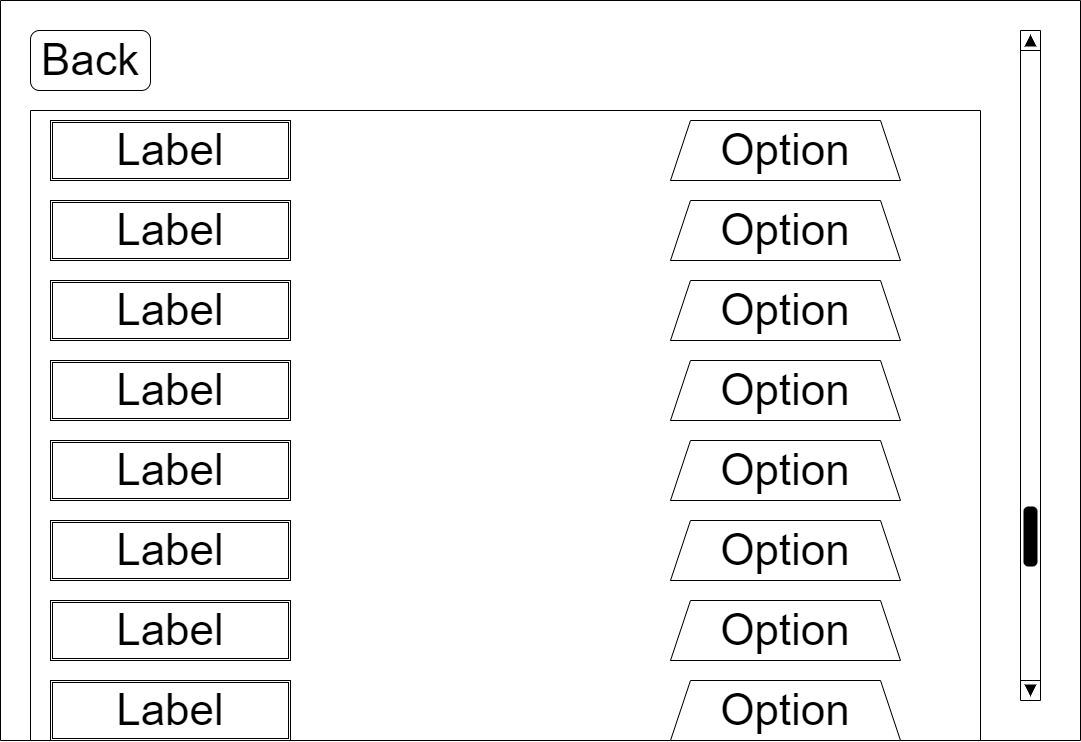
Above: Design/Project-Accessibility Settings.drawio.png in PawekPL/Atlas-of-Dreams (draw.io), before the change. Source tidied: cells renumbered, new cells last; positions are measured from the earlier drawing's top-left corner, leaving out a move shared by most shapes. Its diagram source:
```xml
<mxGraphModel>
  <root>
    <mxCell id="0" />
    <mxCell id="1" parent="0" />
    <mxCell id="2" style="swimlane;startSize=0;fontSize=44;" parent="1" vertex="1">
      <mxGeometry width="1080" height="740" as="geometry" />
    </mxCell>
    <mxCell id="3" value="Back" style="rounded=1;whiteSpace=wrap;html=1;fontSize=44;" parent="2" vertex="1">
      <mxGeometry x="30" y="30" width="120" height="60" as="geometry" />
    </mxCell>
    <mxCell id="4" style="verticalLabelPosition=bottom;shadow=0;dashed=0;align=center;html=1;verticalAlign=top;strokeWidth=1;shape=mxgraph.mockup.navigation.scrollBar;barPos=20;fillColor2=#000000;strokeColor2=none;direction=north;fontSize=44;" parent="2" vertex="1">
      <mxGeometry x="1020" y="30" width="20" height="670" as="geometry" />
    </mxCell>
    <mxCell id="5" style="swimlane;startSize=0;fontSize=61;" parent="2" vertex="1">
      <mxGeometry x="30" y="110" width="950" height="630" as="geometry" />
    </mxCell>
    <mxCell id="6" value="Option" style="shape=trapezoid;perimeter=trapezoidPerimeter;whiteSpace=wrap;html=1;fixedSize=1;fontSize=44;" parent="2" vertex="1">
      <mxGeometry x="670" y="120" width="230" height="60" as="geometry" />
    </mxCell>
    <mxCell id="7" value="Label" style="shape=ext;double=1;rounded=0;whiteSpace=wrap;html=1;fontSize=44;" parent="2" vertex="1">
      <mxGeometry x="50" y="120" width="240" height="60" as="geometry" />
    </mxCell>
    <mxCell id="8" value="Option" style="shape=trapezoid;perimeter=trapezoidPerimeter;whiteSpace=wrap;html=1;fixedSize=1;fontSize=44;" parent="2" vertex="1">
      <mxGeometry x="670" y="200" width="230" height="60" as="geometry" />
    </mxCell>
    <mxCell id="9" value="Label" style="shape=ext;double=1;rounded=0;whiteSpace=wrap;html=1;fontSize=44;" parent="2" vertex="1">
      <mxGeometry x="50" y="200" width="240" height="60" as="geometry" />
    </mxCell>
    <mxCell id="10" value="Option" style="shape=trapezoid;perimeter=trapezoidPerimeter;whiteSpace=wrap;html=1;fixedSize=1;fontSize=44;" parent="2" vertex="1">
      <mxGeometry x="670" y="280" width="230" height="60" as="geometry" />
    </mxCell>
    <mxCell id="11" value="Label" style="shape=ext;double=1;rounded=0;whiteSpace=wrap;html=1;fontSize=44;" parent="2" vertex="1">
      <mxGeometry x="50" y="280" width="240" height="60" as="geometry" />
    </mxCell>
    <mxCell id="12" value="Option" style="shape=trapezoid;perimeter=trapezoidPerimeter;whiteSpace=wrap;html=1;fixedSize=1;fontSize=44;" parent="2" vertex="1">
      <mxGeometry x="670" y="360" width="230" height="60" as="geometry" />
    </mxCell>
    <mxCell id="13" value="Label" style="shape=ext;double=1;rounded=0;whiteSpace=wrap;html=1;fontSize=44;" parent="2" vertex="1">
      <mxGeometry x="50" y="360" width="240" height="60" as="geometry" />
    </mxCell>
    <mxCell id="14" value="Option" style="shape=trapezoid;perimeter=trapezoidPerimeter;whiteSpace=wrap;html=1;fixedSize=1;fontSize=44;" parent="2" vertex="1">
      <mxGeometry x="670" y="440" width="230" height="60" as="geometry" />
    </mxCell>
    <mxCell id="15" value="Label" style="shape=ext;double=1;rounded=0;whiteSpace=wrap;html=1;fontSize=44;" parent="2" vertex="1">
      <mxGeometry x="50" y="440" width="240" height="60" as="geometry" />
    </mxCell>
    <mxCell id="16" value="Option" style="shape=trapezoid;perimeter=trapezoidPerimeter;whiteSpace=wrap;html=1;fixedSize=1;fontSize=44;" parent="2" vertex="1">
      <mxGeometry x="670" y="520" width="230" height="60" as="geometry" />
    </mxCell>
    <mxCell id="17" value="Label" style="shape=ext;double=1;rounded=0;whiteSpace=wrap;html=1;fontSize=44;" parent="2" vertex="1">
      <mxGeometry x="50" y="520" width="240" height="60" as="geometry" />
    </mxCell>
    <mxCell id="18" value="Option" style="shape=trapezoid;perimeter=trapezoidPerimeter;whiteSpace=wrap;html=1;fixedSize=1;fontSize=44;" parent="2" vertex="1">
      <mxGeometry x="670" y="600" width="230" height="60" as="geometry" />
    </mxCell>
    <mxCell id="19" value="Label" style="shape=ext;double=1;rounded=0;whiteSpace=wrap;html=1;fontSize=44;" parent="2" vertex="1">
      <mxGeometry x="50" y="600" width="240" height="60" as="geometry" />
    </mxCell>
    <mxCell id="20" value="Option" style="shape=trapezoid;perimeter=trapezoidPerimeter;whiteSpace=wrap;html=1;fixedSize=1;fontSize=44;" parent="2" vertex="1">
      <mxGeometry x="670" y="680" width="230" height="60" as="geometry" />
    </mxCell>
    <mxCell id="21" value="Label" style="shape=ext;double=1;rounded=0;whiteSpace=wrap;html=1;fontSize=44;" parent="2" vertex="1">
      <mxGeometry x="50" y="680" width="240" height="60" as="geometry" />
    </mxCell>
  </root>
</mxGraphModel>
```
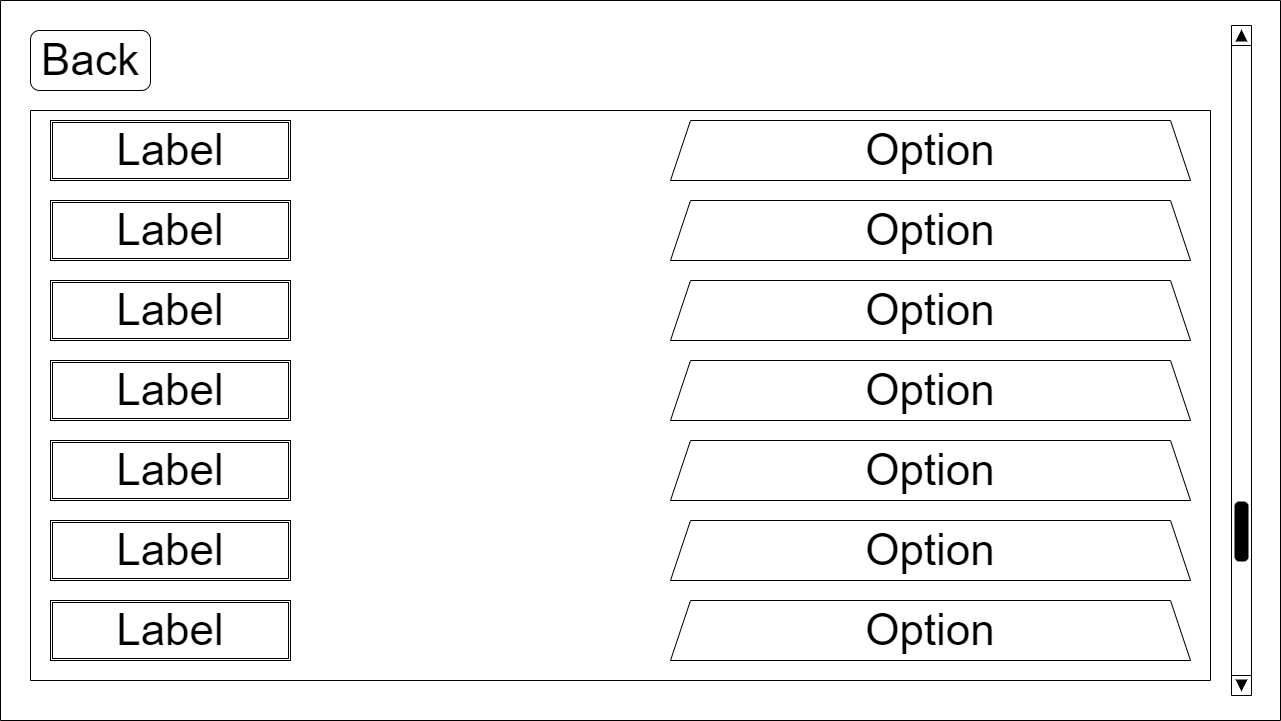
After the change.

The edit, as a diff of the source:
```diff
@@ -3,64 +3,58 @@
     <mxCell id="0" />
     <mxCell id="1" parent="0" />
     <mxCell id="2" style="swimlane;startSize=0;fontSize=44;" parent="1" vertex="1">
-      <mxGeometry width="1080" height="740" as="geometry" />
+      <mxGeometry width="1280" height="720" as="geometry" />
     </mxCell>
     <mxCell id="3" value="Back" style="rounded=1;whiteSpace=wrap;html=1;fontSize=44;" parent="2" vertex="1">
       <mxGeometry x="30" y="30" width="120" height="60" as="geometry" />
     </mxCell>
     <mxCell id="4" style="verticalLabelPosition=bottom;shadow=0;dashed=0;align=center;html=1;verticalAlign=top;strokeWidth=1;shape=mxgraph.mockup.navigation.scrollBar;barPos=20;fillColor2=#000000;strokeColor2=none;direction=north;fontSize=44;" parent="2" vertex="1">
-      <mxGeometry x="1020" y="30" width="20" height="670" as="geometry" />
+      <mxGeometry x="1231" y="25" width="20" height="670" as="geometry" />
     </mxCell>
     <mxCell id="5" style="swimlane;startSize=0;fontSize=61;" parent="2" vertex="1">
-      <mxGeometry x="30" y="110" width="950" height="630" as="geometry" />
+      <mxGeometry x="30" y="110" width="1180" height="570" as="geometry" />
     </mxCell>
-    <mxCell id="6" value="Option" style="shape=trapezoid;perimeter=trapezoidPerimeter;whiteSpace=wrap;html=1;fixedSize=1;fontSize=44;" parent="2" vertex="1">
-      <mxGeometry x="670" y="120" width="230" height="60" as="geometry" />
+    <mxCell id="6" value="Option" style="shape=trapezoid;perimeter=trapezoidPerimeter;whiteSpace=wrap;html=1;fixedSize=1;fontSize=44;" parent="5" vertex="1">
+      <mxGeometry x="640" y="10" width="520" height="60" as="geometry" />
     </mxCell>
+    <mxCell id="22" value="Option" style="shape=trapezoid;perimeter=trapezoidPerimeter;whiteSpace=wrap;html=1;fixedSize=1;fontSize=44;" parent="5" vertex="1">
+      <mxGeometry x="640" y="90" width="520" height="60" as="geometry" />
+    </mxCell>
+    <mxCell id="23" value="Option" style="shape=trapezoid;perimeter=trapezoidPerimeter;whiteSpace=wrap;html=1;fixedSize=1;fontSize=44;" parent="5" vertex="1">
+      <mxGeometry x="640" y="170" width="520" height="60" as="geometry" />
+    </mxCell>
+    <mxCell id="24" value="Option" style="shape=trapezoid;perimeter=trapezoidPerimeter;whiteSpace=wrap;html=1;fixedSize=1;fontSize=44;" parent="5" vertex="1">
+      <mxGeometry x="640" y="250" width="520" height="60" as="geometry" />
+    </mxCell>
+    <mxCell id="25" value="Option" style="shape=trapezoid;perimeter=trapezoidPerimeter;whiteSpace=wrap;html=1;fixedSize=1;fontSize=44;" parent="5" vertex="1">
+      <mxGeometry x="640" y="330" width="520" height="60" as="geometry" />
+    </mxCell>
+    <mxCell id="26" value="Option" style="shape=trapezoid;perimeter=trapezoidPerimeter;whiteSpace=wrap;html=1;fixedSize=1;fontSize=44;" parent="5" vertex="1">
+      <mxGeometry x="640" y="410" width="520" height="60" as="geometry" />
+    </mxCell>
+    <mxCell id="27" value="Option" style="shape=trapezoid;perimeter=trapezoidPerimeter;whiteSpace=wrap;html=1;fixedSize=1;fontSize=44;" parent="5" vertex="1">
+      <mxGeometry x="640" y="490" width="520" height="60" as="geometry" />
+    </mxCell>
     <mxCell id="7" value="Label" style="shape=ext;double=1;rounded=0;whiteSpace=wrap;html=1;fontSize=44;" parent="2" vertex="1">
       <mxGeometry x="50" y="120" width="240" height="60" as="geometry" />
     </mxCell>
-    <mxCell id="8" value="Option" style="shape=trapezoid;perimeter=trapezoidPerimeter;whiteSpace=wrap;html=1;fixedSize=1;fontSize=44;" parent="2" vertex="1">
-      <mxGeometry x="670" y="200" width="230" height="60" as="geometry" />
-    </mxCell>
     <mxCell id="9" value="Label" style="shape=ext;double=1;rounded=0;whiteSpace=wrap;html=1;fontSize=44;" parent="2" vertex="1">
       <mxGeometry x="50" y="200" width="240" height="60" as="geometry" />
     </mxCell>
-    <mxCell id="10" value="Option" style="shape=trapezoid;perimeter=trapezoidPerimeter;whiteSpace=wrap;html=1;fixedSize=1;fontSize=44;" parent="2" vertex="1">
-      <mxGeometry x="670" y="280" width="230" height="60" as="geometry" />
-    </mxCell>
     <mxCell id="11" value="Label" style="shape=ext;double=1;rounded=0;whiteSpace=wrap;html=1;fontSize=44;" parent="2" vertex="1">
       <mxGeometry x="50" y="280" width="240" height="60" as="geometry" />
     </mxCell>
-    <mxCell id="12" value="Option" style="shape=trapezoid;perimeter=trapezoidPerimeter;whiteSpace=wrap;html=1;fixedSize=1;fontSize=44;" parent="2" vertex="1">
-      <mxGeometry x="670" y="360" width="230" height="60" as="geometry" />
-    </mxCell>
     <mxCell id="13" value="Label" style="shape=ext;double=1;rounded=0;whiteSpace=wrap;html=1;fontSize=44;" parent="2" vertex="1">
       <mxGeometry x="50" y="360" width="240" height="60" as="geometry" />
     </mxCell>
-    <mxCell id="14" value="Option" style="shape=trapezoid;perimeter=trapezoidPerimeter;whiteSpace=wrap;html=1;fixedSize=1;fontSize=44;" parent="2" vertex="1">
-      <mxGeometry x="670" y="440" width="230" height="60" as="geometry" />
-    </mxCell>
     <mxCell id="15" value="Label" style="shape=ext;double=1;rounded=0;whiteSpace=wrap;html=1;fontSize=44;" parent="2" vertex="1">
       <mxGeometry x="50" y="440" width="240" height="60" as="geometry" />
     </mxCell>
-    <mxCell id="16" value="Option" style="shape=trapezoid;perimeter=trapezoidPerimeter;whiteSpace=wrap;html=1;fixedSize=1;fontSize=44;" parent="2" vertex="1">
-      <mxGeometry x="670" y="520" width="230" height="60" as="geometry" />
-    </mxCell>
     <mxCell id="17" value="Label" style="shape=ext;double=1;rounded=0;whiteSpace=wrap;html=1;fontSize=44;" parent="2" vertex="1">
       <mxGeometry x="50" y="520" width="240" height="60" as="geometry" />
     </mxCell>
-    <mxCell id="18" value="Option" style="shape=trapezoid;perimeter=trapezoidPerimeter;whiteSpace=wrap;html=1;fixedSize=1;fontSize=44;" parent="2" vertex="1">
-      <mxGeometry x="670" y="600" width="230" height="60" as="geometry" />
-    </mxCell>
     <mxCell id="19" value="Label" style="shape=ext;double=1;rounded=0;whiteSpace=wrap;html=1;fontSize=44;" parent="2" vertex="1">
       <mxGeometry x="50" y="600" width="240" height="60" as="geometry" />
     </mxCell>
-    <mxCell id="20" value="Option" style="shape=trapezoid;perimeter=trapezoidPerimeter;whiteSpace=wrap;html=1;fixedSize=1;fontSize=44;" parent="2" vertex="1">
-      <mxGeometry x="670" y="680" width="230" height="60" as="geometry" />
-    </mxCell>
-    <mxCell id="21" value="Label" style="shape=ext;double=1;rounded=0;whiteSpace=wrap;html=1;fontSize=44;" parent="2" vertex="1">
-      <mxGeometry x="50" y="680" width="240" height="60" as="geometry" />
-    </mxCell>
   </root>
 </mxGraphModel>
```
